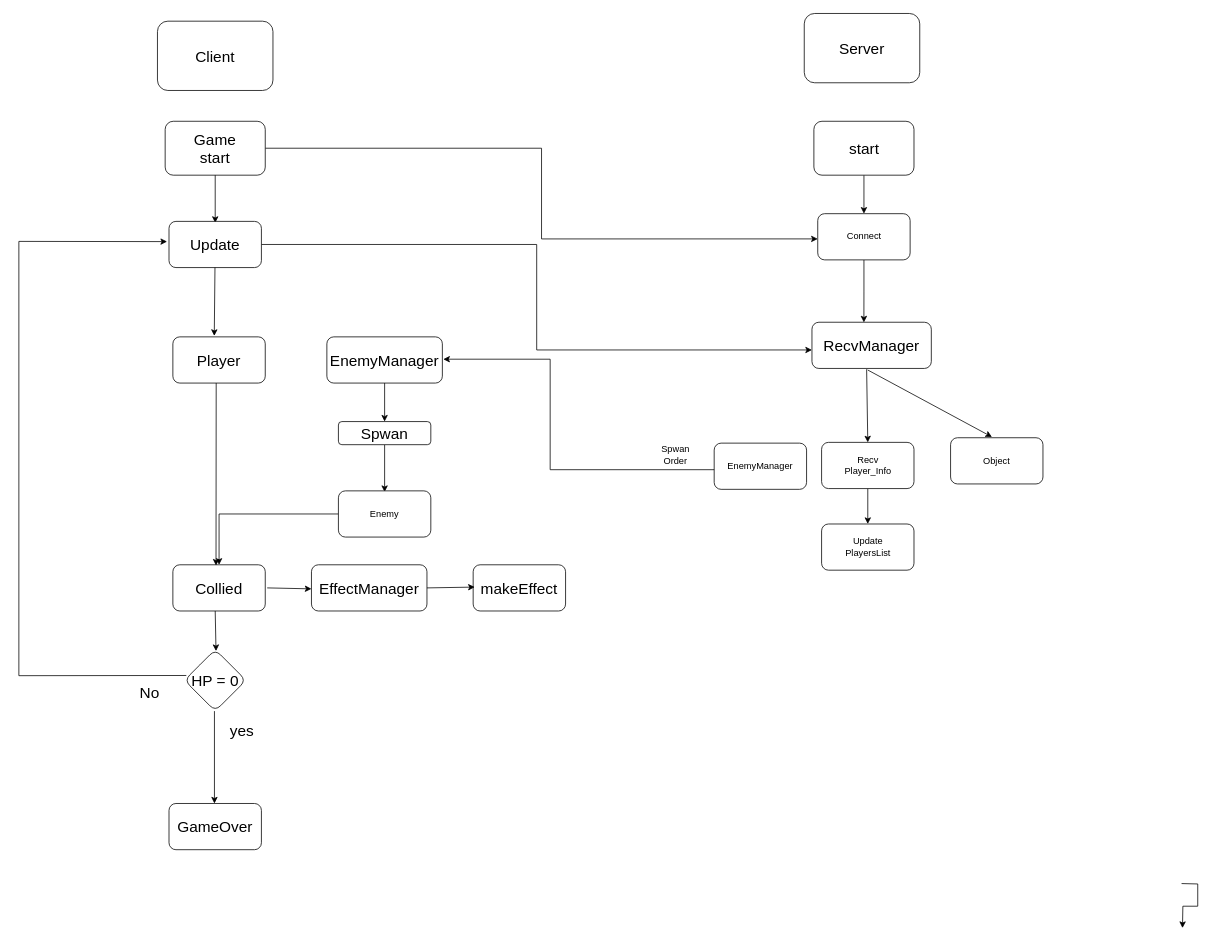
This is drawing/hight_level.drawio from lhb0269/NetGameProject, a draw.io file, before an edit. Source tidied: cells renumbered, new cells numbered last; positions are measured from the earlier drawing's top-left corner, leaving out a move shared by most shapes. Both pictures are drawn from the tidied source at 77%, with x=0, y=0 at pixel (18, 13).
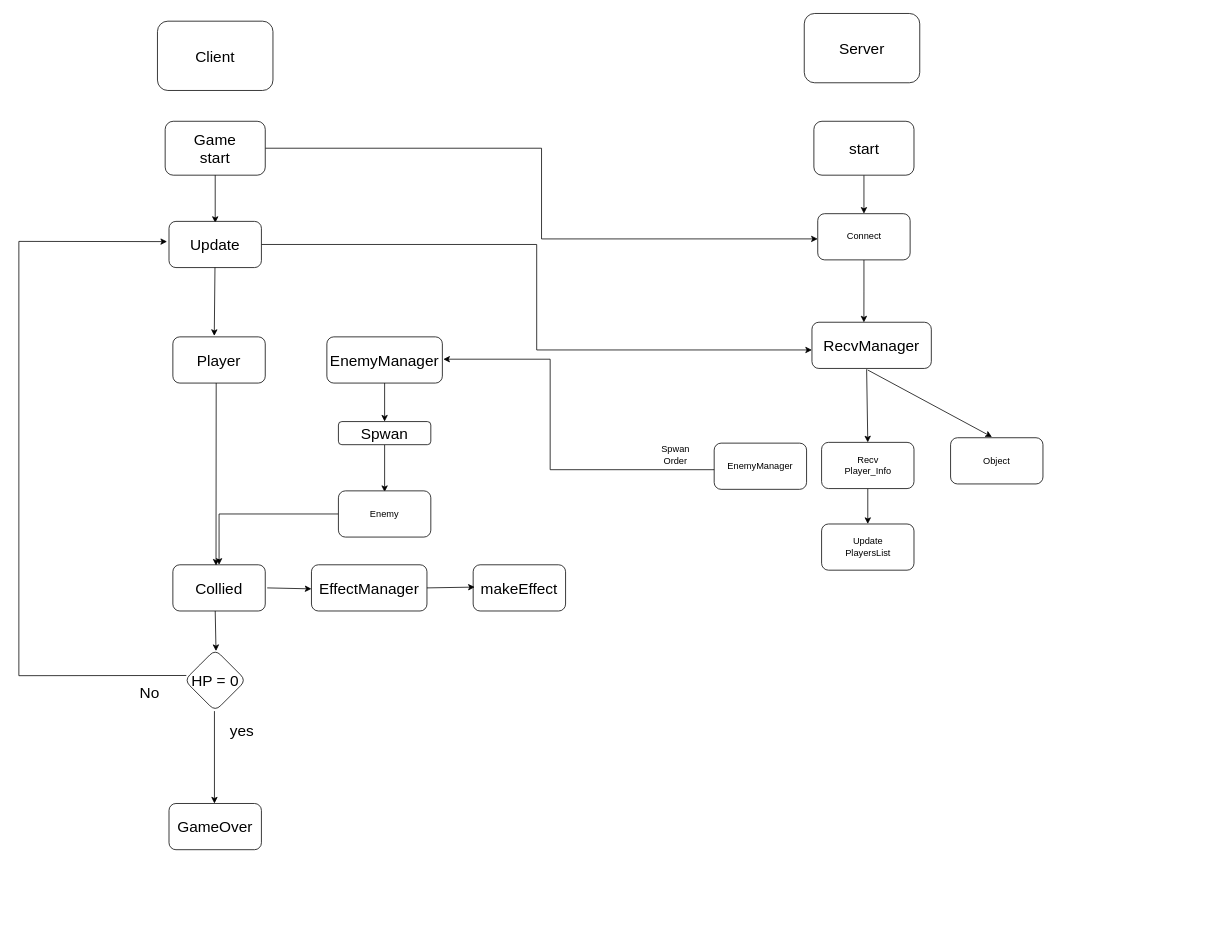
After the change.

Change to the diagram source:
```diff
@@
-    <mxCell id="15" style="edgeStyle=orthogonalEdgeStyle;rounded=0;orthogonalLoop=1;jettySize=auto;html=1;entryX=0.51;entryY=-0.038;entryDx=0;entryDy=0;entryPerimeter=0;" parent="1" edge="1">
-      <mxGeometry relative="1" as="geometry">
-        <mxPoint x="1510" y="1130" as="sourcePoint" />
-        <mxPoint x="1511.2" y="1187.7" as="targetPoint" />
-      </mxGeometry>
-    </mxCell>
```
